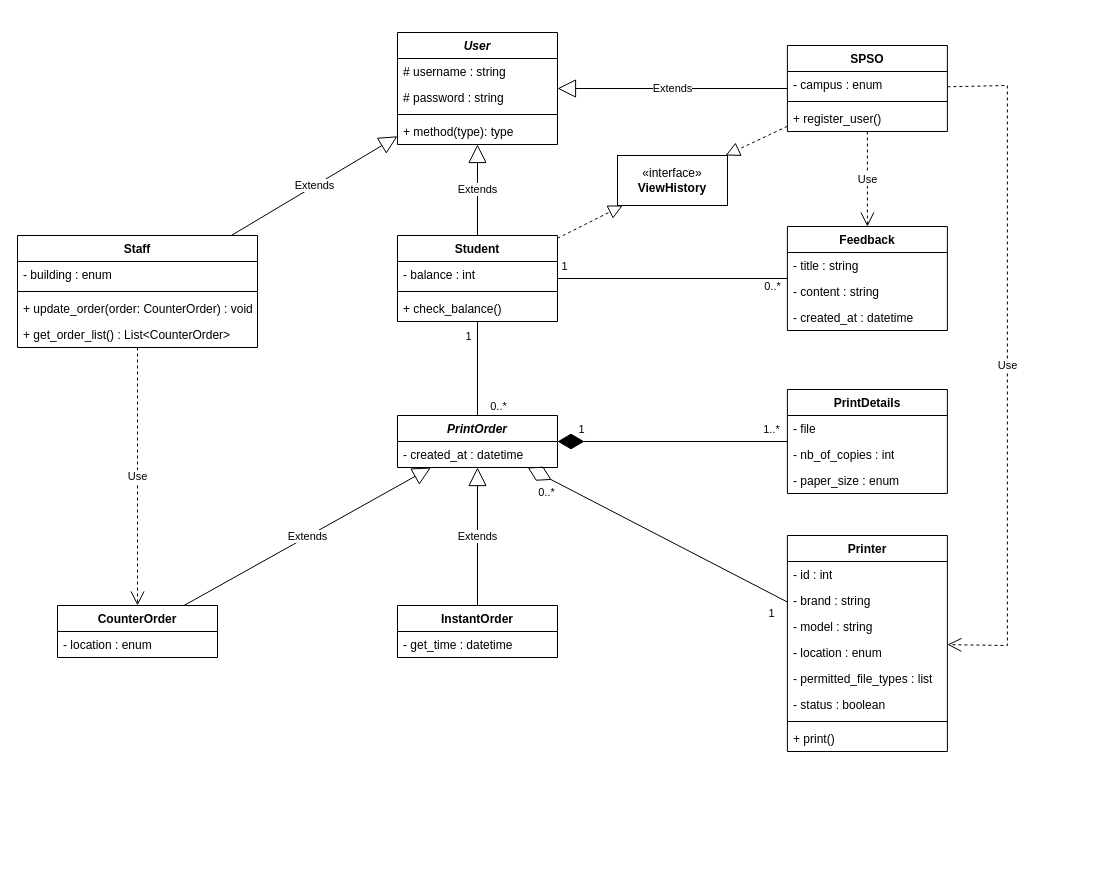
Before: printing-module-class-diagram.drawio in blueonline07/auth-demo, a draw.io diagram. Source tidied: cells renumbered, new cells numbered last; positions are measured from the earlier drawing's top-left corner, leaving out a move shared by most shapes. Both pictures are drawn from the tidied source at 100%, with x=0, y=0 at pixel (17, 32).
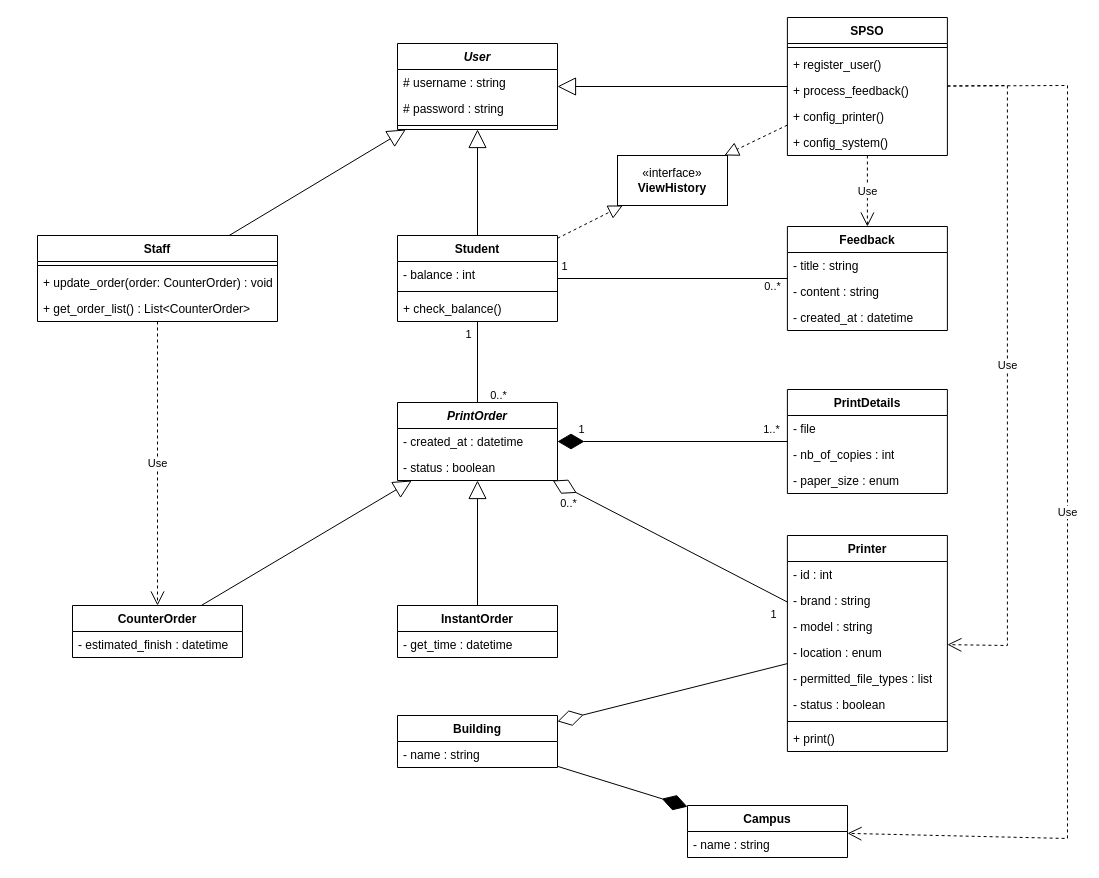
The same page after the edit.

The change refers to these unchanged cells:
```xml
<mxCell id="12" value="Student" style="swimlane;fontStyle=1;align=center;verticalAlign=top;horizontal=1;startSize=26;whiteSpace=wrap;html=1;" parent="1" vertex="1">
  <mxGeometry x="380" y="203" width="160" height="86" as="geometry" />
</mxCell>
<mxCell id="20" value="InstantOrder" style="swimlane;fontStyle=1;align=center;verticalAlign=top;horizontal=1;startSize=26;whiteSpace=wrap;html=1;" parent="1" vertex="1">
  <mxGeometry x="380" y="573" width="160" height="52" as="geometry" />
</mxCell>
<mxCell id="22" value="Printer" style="swimlane;fontStyle=1;align=center;verticalAlign=top;horizontal=1;startSize=26;whiteSpace=wrap;html=1;" parent="1" vertex="1">
  <mxGeometry x="769.9" y="503" width="160" height="216" as="geometry" />
</mxCell>
```

The edit, as a diff of the source:
```diff
@@
     <mxCell id="2" value="&lt;i&gt;User&lt;/i&gt;" style="swimlane;fontStyle=1;align=center;verticalAlign=top;horizontal=1;startSize=26;whiteSpace=wrap;html=1;" parent="1" vertex="1">
-      <mxGeometry x="380" width="160" height="112" as="geometry" />
+      <mxGeometry x="380" y="11" width="160" height="86" as="geometry" />
     </mxCell>
@@
-    <mxCell id="6" value="+ method(type): type" style="text;strokeColor=none;fillColor=none;align=left;verticalAlign=top;spacingLeft=4;spacingRight=4;overflow=hidden;whiteSpace=wrap;html=1;" parent="2" vertex="1">
-      <mxGeometry y="86" width="160" height="26" as="geometry" />
-    </mxCell>
     <mxCell id="7" value="Staff" style="swimlane;fontStyle=1;align=center;verticalAlign=top;horizontal=1;startSize=26;whiteSpace=wrap;html=1;" parent="1" vertex="1">
-      <mxGeometry y="203" width="240" height="112" as="geometry" />
+      <mxGeometry x="20" y="203" width="240" height="86" as="geometry" />
     </mxCell>
-    <mxCell id="8" value="- building : enum" style="text;strokeColor=none;fillColor=none;align=left;verticalAlign=top;spacingLeft=4;spacingRight=4;overflow=hidden;whiteSpace=wrap;html=1;" parent="7" vertex="1">
-      <mxGeometry y="26" width="240" height="26" as="geometry" />
-    </mxCell>
     <mxCell id="9" style="line;strokeWidth=1;fillColor=none;align=left;verticalAlign=middle;spacingTop=-1;spacingLeft=3;spacingRight=3;labelPosition=right;strokeColor=inherit;" parent="7" vertex="1">
-      <mxGeometry y="52" width="240" height="8" as="geometry" />
+      <mxGeometry y="26" width="240" height="8" as="geometry" />
     </mxCell>
     <mxCell id="10" value="+ update_order(order: CounterOrder) : void" style="text;strokeColor=none;fillColor=none;align=left;verticalAlign=top;spacingLeft=4;spacingRight=4;overflow=hidden;whiteSpace=wrap;html=1;" parent="7" vertex="1">
-      <mxGeometry y="60" width="240" height="26" as="geometry" />
+      <mxGeometry y="34" width="240" height="26" as="geometry" />
     </mxCell>
     <mxCell id="11" value="+ get_order_list() : List&amp;lt;CounterOrder&amp;gt;" style="text;strokeColor=none;fillColor=none;align=left;verticalAlign=top;spacingLeft=4;spacingRight=4;overflow=hidden;whiteSpace=wrap;html=1;" parent="7" vertex="1">
-      <mxGeometry y="86" width="240" height="26" as="geometry" />
+      <mxGeometry y="60" width="240" height="26" as="geometry" />
     </mxCell>
@@
     <mxCell id="16" value="&lt;i&gt;PrintOrder&lt;/i&gt;" style="swimlane;fontStyle=1;align=center;verticalAlign=top;horizontal=1;startSize=26;whiteSpace=wrap;html=1;" parent="1" vertex="1">
-      <mxGeometry x="380" y="383" width="160" height="52" as="geometry" />
+      <mxGeometry x="380" y="370" width="160" height="78" as="geometry" />
     </mxCell>
@@
+    <mxCell id="66" value="- status : boolean" style="text;strokeColor=none;fillColor=none;align=left;verticalAlign=top;spacingLeft=4;spacingRight=4;overflow=hidden;whiteSpace=wrap;html=1;" parent="16" vertex="1">
+      <mxGeometry y="52" width="160" height="26" as="geometry" />
+    </mxCell>
     <mxCell id="18" value="CounterOrder" style="swimlane;fontStyle=1;align=center;verticalAlign=top;horizontal=1;startSize=26;whiteSpace=wrap;html=1;" parent="1" vertex="1">
-      <mxGeometry x="40" y="573" width="160" height="52" as="geometry" />
+      <mxGeometry x="55" y="573" width="170" height="52" as="geometry" />
     </mxCell>
-    <mxCell id="19" value="- location : enum" style="text;strokeColor=none;fillColor=none;align=left;verticalAlign=top;spacingLeft=4;spacingRight=4;overflow=hidden;whiteSpace=wrap;html=1;" parent="18" vertex="1">
-      <mxGeometry y="26" width="160" height="26" as="geometry" />
-    </mxCell>
+    <mxCell id="67" value="- estimated_finish : datetime" style="text;strokeColor=none;fillColor=none;align=left;verticalAlign=top;spacingLeft=4;spacingRight=4;overflow=hidden;whiteSpace=wrap;html=1;" parent="18" vertex="1">
+      <mxGeometry y="26" width="170" height="26" as="geometry" />
+    </mxCell>
@@
-    <mxCell id="35" value="Extends" style="endArrow=block;endSize=16;endFill=0;html=1;rounded=0;" parent="1" edge="1" source="7" target="2">
+    <mxCell id="35" style="endArrow=block;endSize=16;endFill=0;html=1;rounded=0;" parent="1" edge="1" source="7" target="2">
       <mxGeometry relative="1" as="geometry" />
     </mxCell>
-    <mxCell id="36" value="Extends" style="endArrow=block;endSize=16;endFill=0;html=1;rounded=0;" parent="1" edge="1" source="12" target="2">
+    <mxCell id="36" style="endArrow=block;endSize=16;endFill=0;html=1;rounded=0;" parent="1" edge="1" source="12" target="2">
       <mxGeometry relative="1" as="geometry" />
     </mxCell>
-    <mxCell id="37" value="Extends" style="endArrow=block;endSize=16;endFill=0;html=1;rounded=0;" parent="1" edge="1" source="18" target="16">
+    <mxCell id="37" style="endArrow=block;endSize=16;endFill=0;html=1;rounded=0;" parent="1" edge="1" source="18" target="16">
       <mxGeometry relative="1" as="geometry" />
     </mxCell>
-    <mxCell id="38" value="Extends" style="endArrow=block;endSize=16;endFill=0;html=1;rounded=0;" parent="1" edge="1" source="20" target="16">
+    <mxCell id="38" style="endArrow=block;endSize=16;endFill=0;html=1;rounded=0;" parent="1" edge="1" source="20" target="16">
       <mxGeometry relative="1" as="geometry" />
     </mxCell>
@@
     <mxCell id="49" value="SPSO" style="swimlane;fontStyle=1;align=center;verticalAlign=top;horizontal=1;startSize=26;whiteSpace=wrap;html=1;" parent="1" vertex="1">
-      <mxGeometry x="769.9" y="13" width="160" height="86" as="geometry" />
+      <mxGeometry x="769.9" y="-15" width="160" height="138" as="geometry" />
     </mxCell>
-    <mxCell id="50" value="- campus : enum" style="text;strokeColor=none;fillColor=none;align=left;verticalAlign=top;spacingLeft=4;spacingRight=4;overflow=hidden;whiteSpace=wrap;html=1;" parent="49" vertex="1">
-      <mxGeometry y="26" width="160" height="26" as="geometry" />
-    </mxCell>
     <mxCell id="51" style="line;strokeWidth=1;fillColor=none;align=left;verticalAlign=middle;spacingTop=-1;spacingLeft=3;spacingRight=3;labelPosition=right;strokeColor=inherit;" parent="49" vertex="1">
-      <mxGeometry y="52" width="160" height="8" as="geometry" />
+      <mxGeometry y="26" width="160" height="8" as="geometry" />
     </mxCell>
+    <mxCell id="68" value="+ register_user()" style="text;strokeColor=none;fillColor=none;align=left;verticalAlign=top;spacingLeft=4;spacingRight=4;overflow=hidden;whiteSpace=wrap;html=1;" parent="49" vertex="1">
+      <mxGeometry y="34" width="160" height="26" as="geometry" />
+    </mxCell>
-    <mxCell id="52" value="+ register_user()" style="text;strokeColor=none;fillColor=none;align=left;verticalAlign=top;spacingLeft=4;spacingRight=4;overflow=hidden;whiteSpace=wrap;html=1;" parent="49" vertex="1">
+    <mxCell id="52" value="+ process_feedback()" style="text;strokeColor=none;fillColor=none;align=left;verticalAlign=top;spacingLeft=4;spacingRight=4;overflow=hidden;whiteSpace=wrap;html=1;" parent="49" vertex="1">
       <mxGeometry y="60" width="160" height="26" as="geometry" />
     </mxCell>
+    <mxCell id="69" value="+ config_printer()" style="text;strokeColor=none;fillColor=none;align=left;verticalAlign=top;spacingLeft=4;spacingRight=4;overflow=hidden;whiteSpace=wrap;html=1;" parent="49" vertex="1">
+      <mxGeometry y="86" width="160" height="26" as="geometry" />
+    </mxCell>
+    <mxCell id="70" value="+ config_system()" style="text;strokeColor=none;fillColor=none;align=left;verticalAlign=top;spacingLeft=4;spacingRight=4;overflow=hidden;whiteSpace=wrap;html=1;" parent="49" vertex="1">
+      <mxGeometry y="112" width="160" height="26" as="geometry" />
+    </mxCell>
-    <mxCell id="53" value="Extends" style="endArrow=block;endSize=16;endFill=0;html=1;rounded=0;" parent="1" edge="1" source="49" target="2">
+    <mxCell id="53" style="endArrow=block;endSize=16;endFill=0;html=1;rounded=0;" parent="1" edge="1" source="49" target="2">
       <mxGeometry relative="1" as="geometry" />
     </mxCell>
@@
+    <mxCell id="71" value="Building" style="swimlane;fontStyle=1;align=center;verticalAlign=top;horizontal=1;startSize=26;whiteSpace=wrap;html=1;" parent="1" vertex="1">
+      <mxGeometry x="380" y="683" width="160" height="52" as="geometry" />
+    </mxCell>
+    <mxCell id="72" value="- name : string" style="text;strokeColor=none;fillColor=none;align=left;verticalAlign=top;spacingLeft=4;spacingRight=4;overflow=hidden;whiteSpace=wrap;html=1;" parent="71" vertex="1">
+      <mxGeometry y="26" width="160" height="26" as="geometry" />
+    </mxCell>
+    <mxCell id="73" value="Campus" style="swimlane;fontStyle=1;align=center;verticalAlign=top;horizontal=1;startSize=26;whiteSpace=wrap;html=1;" parent="1" vertex="1">
+      <mxGeometry x="670" y="773" width="160" height="52" as="geometry" />
+    </mxCell>
+    <mxCell id="74" value="- name : string" style="text;strokeColor=none;fillColor=none;align=left;verticalAlign=top;spacingLeft=4;spacingRight=4;overflow=hidden;whiteSpace=wrap;html=1;" parent="73" vertex="1">
+      <mxGeometry y="26" width="160" height="26" as="geometry" />
+    </mxCell>
+    <mxCell id="75" style="endArrow=diamondThin;endFill=0;endSize=24;html=1;rounded=0;" parent="1" edge="1" source="22" target="71">
+      <mxGeometry relative="1" as="geometry" />
+    </mxCell>
+    <mxCell id="76" style="endArrow=diamondThin;endFill=1;endSize=24;html=1;rounded=0;" parent="1" edge="1" source="71" target="73">
+      <mxGeometry relative="1" as="geometry" />
+    </mxCell>
+    <mxCell id="77" value="Use" style="endArrow=open;endSize=12;dashed=1;html=1;rounded=0;" parent="1" edge="1" source="49" target="73">
+      <mxGeometry relative="1" as="geometry">
+        <Array as="points">
+          <mxPoint x="1050" y="53" />
+          <mxPoint x="1050" y="806" />
+        </Array>
+      </mxGeometry>
+    </mxCell>
```
